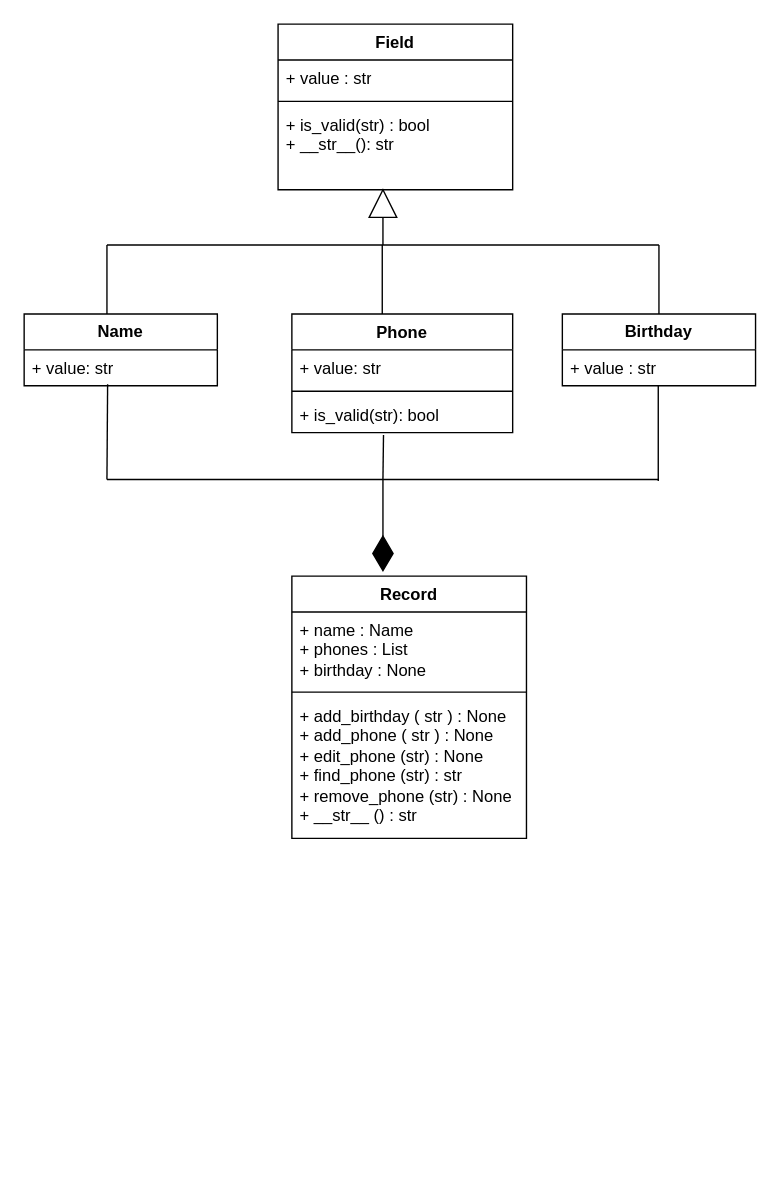
Before: Untitled Diagram.drawio in Bangaart/goit-pythonWeb-hw-1, a draw.io diagram. Source tidied: cells renumbered, new cells numbered last; positions are measured from the earlier drawing's top-left corner, leaving out a move shared by most shapes. Both pictures are drawn from the tidied source at 138%, with x=0, y=0 at pixel (23, 23).
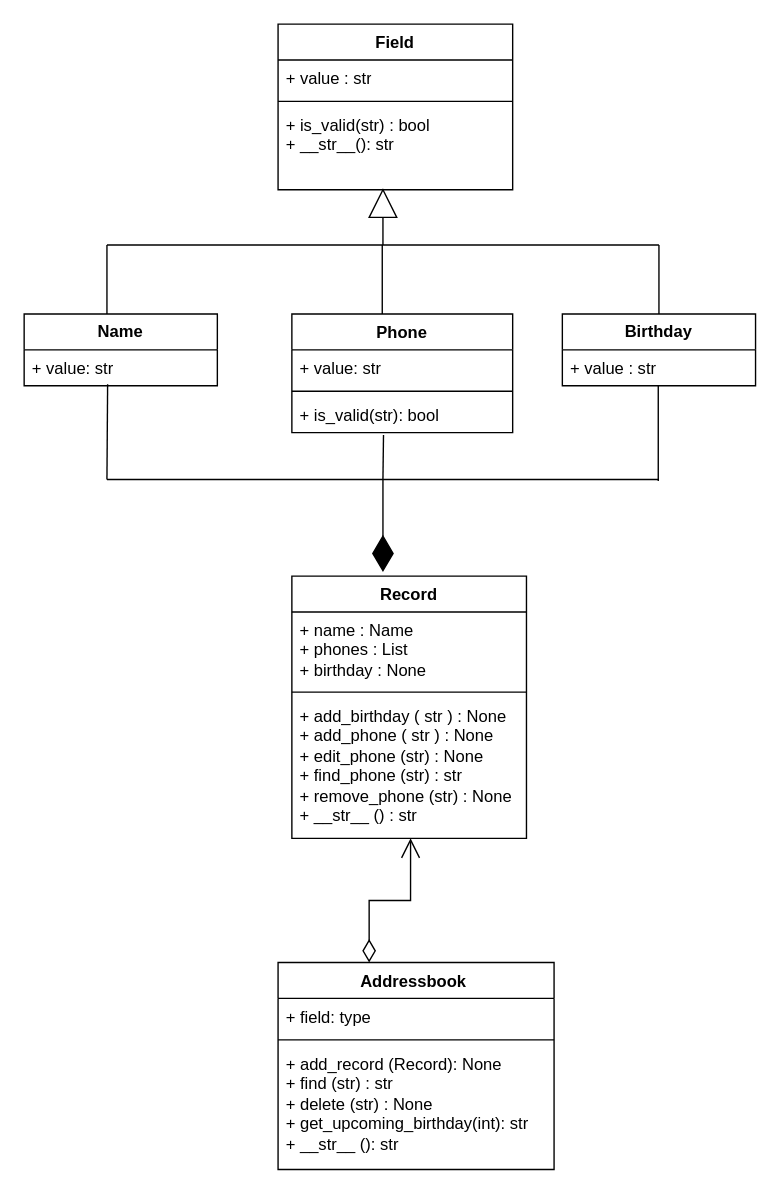
Above is the later version.

The change refers to these unchanged cells:
```xml
<mxCell id="24" value="+ add_birthday ( str ) : None&amp;nbsp;&lt;div&gt;+ add_phone ( str ) : None&lt;/div&gt;&lt;div&gt;+ edit_phone (str) : None&lt;/div&gt;&lt;div&gt;+ find_phone (str) : str&lt;/div&gt;&lt;div&gt;+ remove_phone (str) : None&lt;/div&gt;&lt;div&gt;+ __str__ () : str&lt;/div&gt;&lt;div&gt;&lt;br&gt;&lt;/div&gt;&lt;div&gt;&lt;br&gt;&lt;/div&gt;" style="text;strokeColor=none;fillColor=none;align=left;verticalAlign=top;spacingLeft=4;spacingRight=4;overflow=hidden;points=[[0,0.5],[1,0.5]];portConstraint=eastwest;whiteSpace=wrap;html=1;" parent="21" vertex="1">
  <mxGeometry y="88" width="170" height="102" as="geometry" />
</mxCell>
```

What changed in the source:
```diff
@@
+    <mxCell id="29" value="Addressbook&lt;span style=&quot;white-space: pre;&quot;&gt;&#9;&lt;/span&gt;" style="swimlane;fontStyle=1;align=center;verticalAlign=top;horizontal=1;startSize=26;whiteSpace=wrap;html=1;" parent="1" vertex="1">
+      <mxGeometry x="184" y="680" width="200" height="150" as="geometry" />
+    </mxCell>
+    <mxCell id="30" value="+ field: type" style="text;strokeColor=none;fillColor=none;align=left;verticalAlign=top;spacingLeft=4;spacingRight=4;overflow=hidden;whiteSpace=wrap;html=1;" parent="29" vertex="1">
+      <mxGeometry y="26" width="200" height="26" as="geometry" />
+    </mxCell>
+    <mxCell id="31" style="line;strokeWidth=1;fillColor=none;align=left;verticalAlign=middle;spacingTop=-1;spacingLeft=3;spacingRight=3;labelPosition=right;strokeColor=inherit;" parent="29" vertex="1">
+      <mxGeometry y="52" width="200" height="8" as="geometry" />
+    </mxCell>
+    <mxCell id="32" value="+ add_record (Record): None&lt;div&gt;+ find (str) : str&lt;/div&gt;&lt;div&gt;+ delete (str) : None&lt;/div&gt;&lt;div&gt;+ get_upcoming_birthday(int): str&lt;/div&gt;&lt;div&gt;+ __str__ (): str&amp;nbsp;&lt;/div&gt;" style="text;strokeColor=none;fillColor=none;align=left;verticalAlign=top;spacingLeft=4;spacingRight=4;overflow=hidden;whiteSpace=wrap;html=1;" parent="29" vertex="1">
+      <mxGeometry y="60" width="200" height="90" as="geometry" />
+    </mxCell>
+    <mxCell id="33" style="endArrow=open;html=1;endSize=12;startArrow=diamondThin;startSize=14;startFill=0;edgeStyle=orthogonalEdgeStyle;align=left;verticalAlign=bottom;rounded=0;elbow=vertical;entryX=0.506;entryY=1;entryDx=0;entryDy=0;entryPerimeter=0;exitX=0.33;exitY=0;exitDx=0;exitDy=0;exitPerimeter=0;" parent="1" edge="1" source="29" target="24">
+      <mxGeometry x="-0.67" y="50" relative="1" as="geometry" />
+    </mxCell>
```
